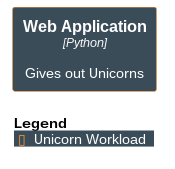
Above: examples/unicorns.png in andecy64/plantuml-aws-color-palette (PlantUML), before the change.
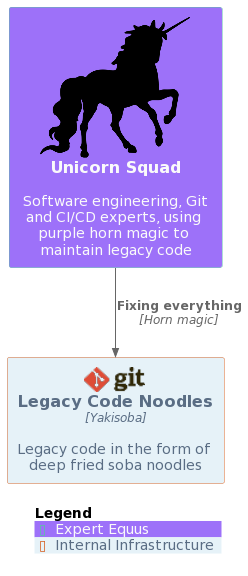
Above is the later version.

Commit message:
Finalizing examples and lining up example code

What changed in the source:
```diff
@@ -1,16 +1,28 @@
 @startuml
-
 !include https://raw.githubusercontent.com/plantuml-stdlib/C4-PlantUML/master/C4_Container.puml
 !include https://raw.githubusercontent.com/coregen/plantuml-aws-color-palette/master/dist/aws-colors.puml
 
-!$unicorns_background = AWSColor("bg2", "dark")
-!$unicorns_border = AWSColor("orange", "dark")
+!define unicornSprite img:https://publicdomainvectors.org/photos/Unicorn-Silhouette-7.png{scale=0.3}
+!define gitSprite img:https://raw.githubusercontent.com/plantuml-stdlib/gilbarbara-plantuml-sprites/master/pngs/git.png{scale=1.2}
 
-AddContainerTag(unicorns, $bgColor=$unicorns_background, $borderColor=$unicorns_border, $legendText="Unicorn Workload")
+!$legacy_bg = AWSColor("bg3", "light")
+!$legacy_border = AWSColor("orange", "light")
+!$legacy_font = AWSColor("fg1", "light")
+!$actor_bg = AWSColor("purple", "dark")
+!$actor_border = AWSColor("turquoise", "dark")
+!$actor_font = AWSColor("fg2", "dark")
 
-Container(webapp, "Web Application", "Python", "Gives out Unicorns", $tags="unicorns")
+!$fixer_color = AWSColor("fg1", "light")
+
+AddPersonTag(unicorns, $bgColor=$actor_bg, $borderColor=$actor_border, $fontColor=$actor_font, $legendText="Expert Equus")
+AddContainerTag(legacy, $bgColor=$legacy_bg, $borderColor=$legacy_border, $fontColor=$legacy_font, $legendText="Internal Infrastructure")
+AddRelTag(fixer, $lineStyle=DottedLine(), $lineColor=$fixer_color)
+
+Person(squad, "Unicorn Squad", "Software engineering, Git and CI/CD experts, using purple horn magic to maintain legacy code", $tags="unicorns", $sprite=unicornSprite)
+Container(legacy_code, "Legacy Code Noodles", "Yakisoba", "Legacy code in the form of deep fried soba noodles", $tags="legacy", $sprite=gitSprite)
+
+Rel(squad, legacy_code, "Fixing everything", "Horn magic")
 
 LAYOUT_WITH_LEGEND()
 SHOW_LEGEND()
-
 @enduml
```
